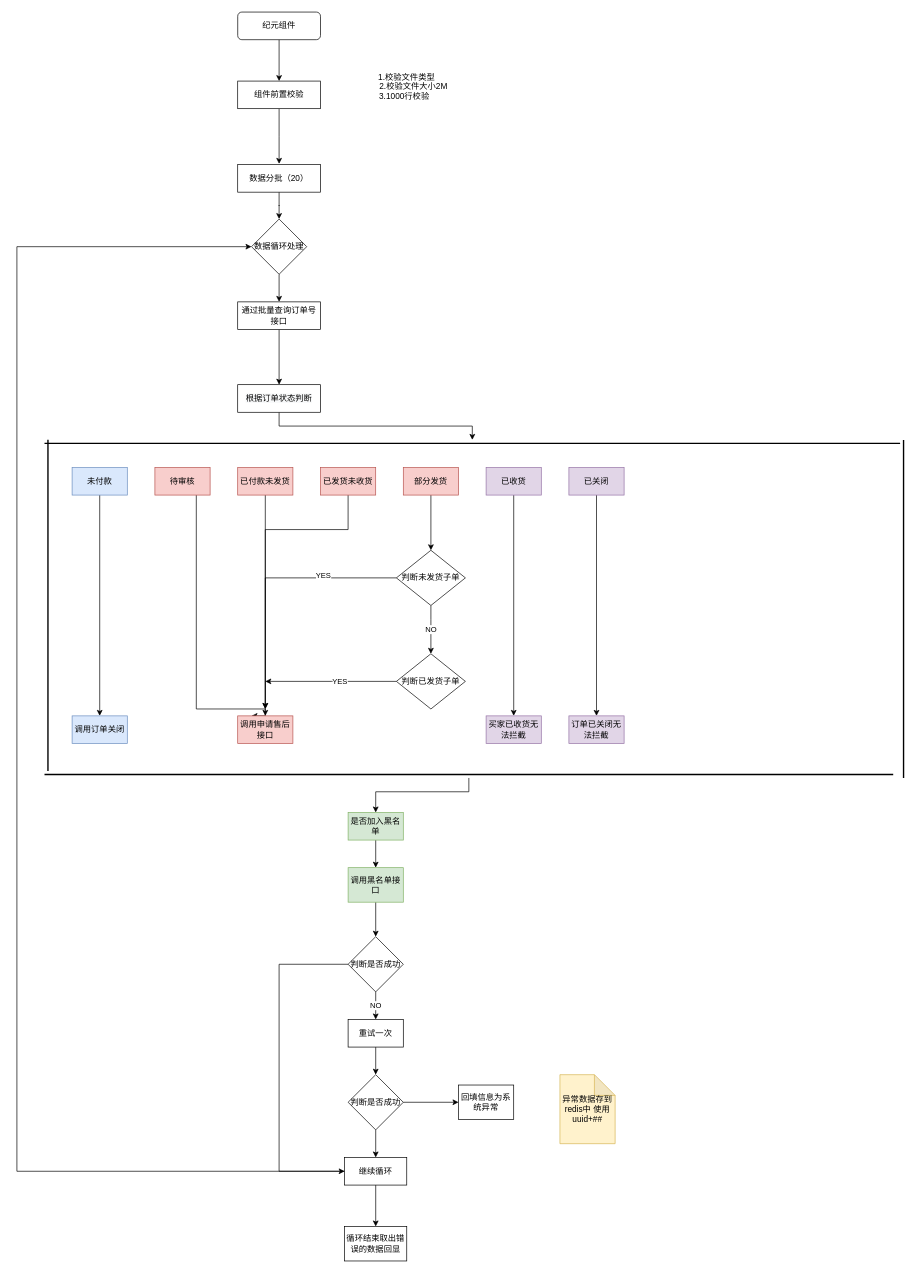
Above: OMS订单导入拦截下载.drawio in FocusZhouGD/drawprogram (draw.io), before the change. Source tidied: cells renumbered, new cells numbered last; positions are measured from the earlier drawing's top-left corner, leaving out a move shared by most shapes. Both pictures are drawn from the tidied source at 69%, with x=0, y=0 at pixel (17, 12).
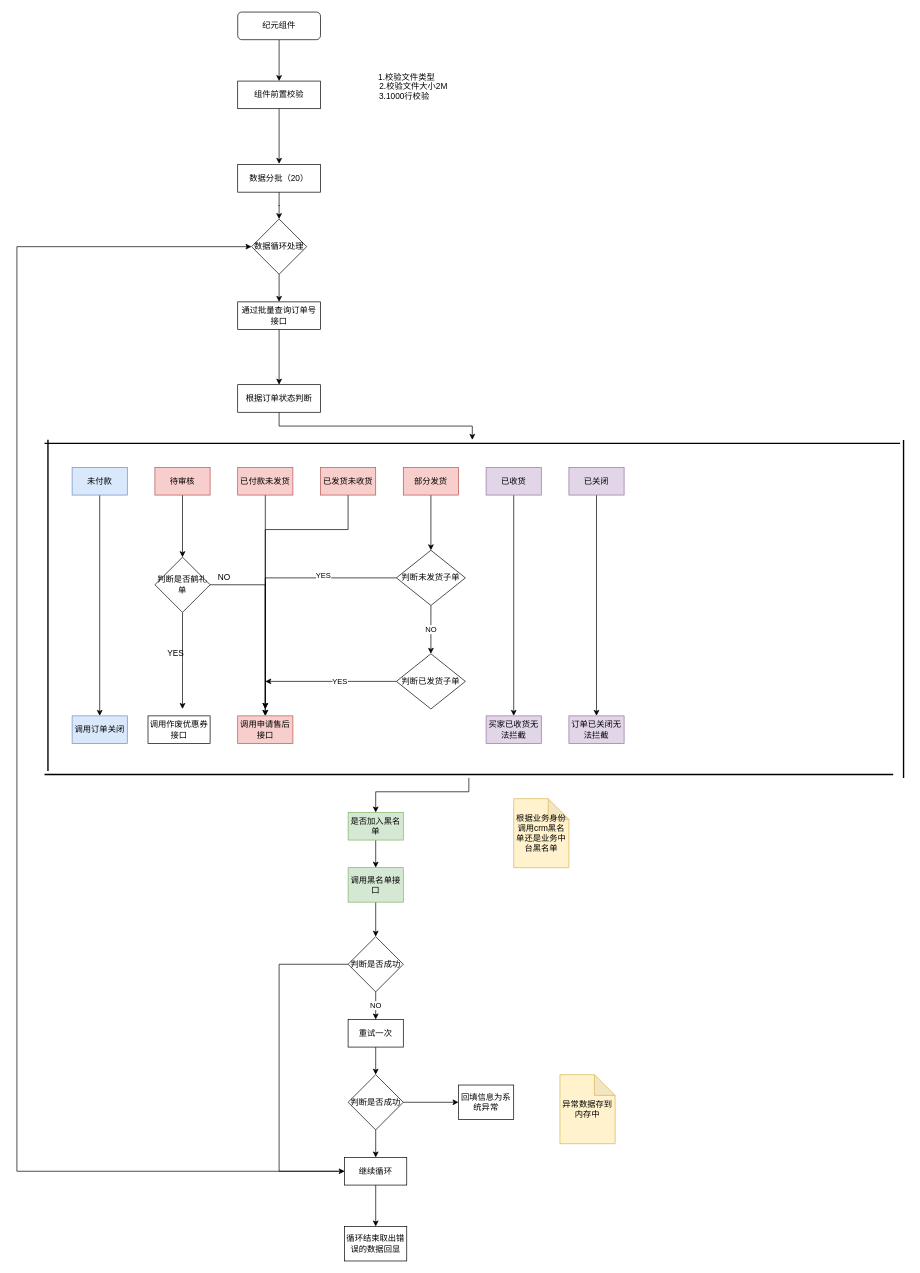
After the change.

Commit message:
Update OMS订单导入拦截下载.drawio

The change refers to these unchanged cells:
```xml
<mxCell id="15" value="待审核" style="rounded=0;whiteSpace=wrap;html=1;fillColor=#f8cecc;strokeColor=#b85450;" parent="1" vertex="1">
  <mxGeometry x="200" y="660" width="80" height="40" as="geometry" />
</mxCell>
<mxCell id="34" value="调用申请售后接口" style="rounded=0;whiteSpace=wrap;html=1;fillColor=#f8cecc;strokeColor=#b85450;" parent="1" vertex="1">
  <mxGeometry x="320" y="1020" width="80" height="40" as="geometry" />
</mxCell>
```

Diff of the diagram source:
```diff
@@
-    <mxCell id="14" style="edgeStyle=orthogonalEdgeStyle;rounded=0;jettySize=auto;html=1;entryX=0.25;entryY=0;entryDx=0;entryDy=0;" parent="1" edge="1" source="15" target="34">
-      <mxGeometry relative="1" as="geometry">
-        <Array as="points">
-          <mxPoint x="260" y="1010" />
-          <mxPoint x="360" y="1010" />
-          <mxPoint x="360" y="1020" />
-        </Array>
-      </mxGeometry>
-    </mxCell>
+    <mxCell id="65" style="edgeStyle=orthogonalEdgeStyle;rounded=0;jettySize=auto;html=1;" parent="1" edge="1" source="15" target="69">
+      <mxGeometry relative="1" as="geometry" />
+    </mxCell>
@@
-    <mxCell id="60" value="异常数据存到redis中 使用uuid+##" style="shape=note;whiteSpace=wrap;html=1;backgroundOutline=1;darkOpacity=0.05;fillColor=#fff2cc;strokeColor=#d6b656;" parent="1" vertex="1">
+    <mxCell id="60" value="异常数据存到内存中" style="shape=note;whiteSpace=wrap;html=1;backgroundOutline=1;darkOpacity=0.05;fillColor=#fff2cc;strokeColor=#d6b656;" parent="1" vertex="1">
       <mxGeometry x="787" y="1540" width="80" height="100" as="geometry" />
     </mxCell>
@@
+    <mxCell id="66" value="根据业务身份调用crm黑名单还是业务中台黑名单" style="shape=note;whiteSpace=wrap;html=1;backgroundOutline=1;darkOpacity=0.05;fillColor=#fff2cc;strokeColor=#d6b656;" parent="1" vertex="1">
+      <mxGeometry x="720" y="1140" width="80" height="100" as="geometry" />
+    </mxCell>
+    <mxCell id="67" style="edgeStyle=orthogonalEdgeStyle;rounded=0;jettySize=auto;html=1;entryX=0.5;entryY=0;entryDx=0;entryDy=0;" parent="1" edge="1" source="69" target="34">
+      <mxGeometry relative="1" as="geometry" />
+    </mxCell>
+    <mxCell id="68" style="edgeStyle=orthogonalEdgeStyle;rounded=0;jettySize=auto;html=1;" parent="1" edge="1" source="69">
+      <mxGeometry relative="1" as="geometry">
+        <mxPoint x="240" y="1010" as="targetPoint" />
+      </mxGeometry>
+    </mxCell>
+    <mxCell id="69" value="判断是否鹤礼单" style="rhombus;whiteSpace=wrap;html=1;" parent="1" vertex="1">
+      <mxGeometry x="200" y="790" width="80" height="80" as="geometry" />
+    </mxCell>
+    <mxCell id="70" value="NO" style="text;html=1;align=center;verticalAlign=middle;" parent="1" vertex="1">
+      <mxGeometry x="285" y="810" width="30" height="20" as="geometry" />
+    </mxCell>
+    <mxCell id="71" value="调用作废优惠券接口" style="rounded=0;whiteSpace=wrap;html=1;" parent="1" vertex="1">
+      <mxGeometry x="190" y="1020" width="90" height="40" as="geometry" />
+    </mxCell>
+    <mxCell id="72" value="YES" style="text;html=1;align=center;verticalAlign=middle;" parent="1" vertex="1">
+      <mxGeometry x="210" y="920" width="40" height="20" as="geometry" />
+    </mxCell>
```
